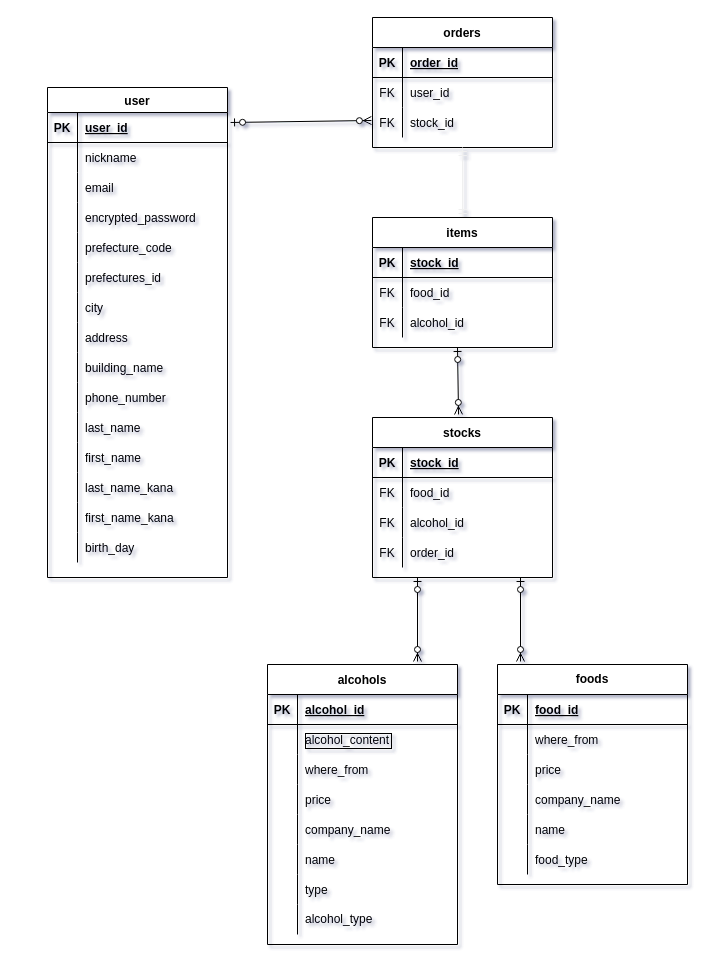
This is vending-choices.dio from pyontarou/vending-choices, a draw.io file, before an edit. Source tidied: cells renumbered, new cells numbered last; positions are measured from the earlier drawing's top-left corner, leaving out a move shared by most shapes. Both pictures are drawn from the tidied source at 100%, with x=0, y=0 at pixel (17, 17).
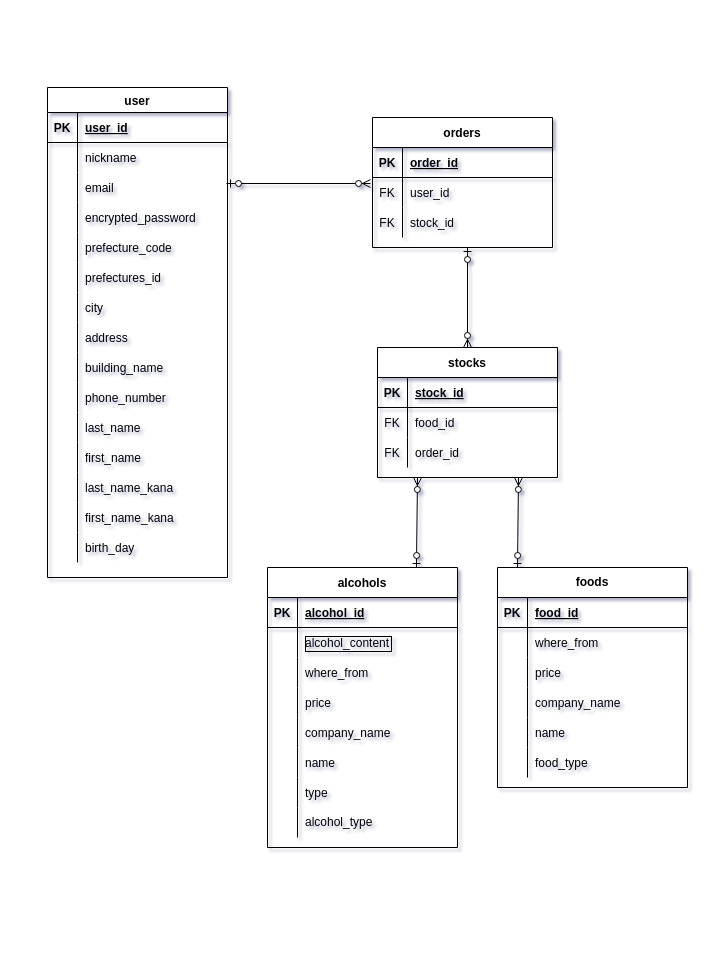
The same page after the edit.

Unchanged cells that the change refers to:
```xml
<mxCell id="32" style="shape=partialRectangle;fillColor=none;top=0;left=0;bottom=0;right=0;points=[[0,0.5],[1,0.5]];portConstraint=eastwest;" parent="28" vertex="1">
  <mxGeometry y="60" width="180" height="30" as="geometry" />
</mxCell>
<mxCell id="35" style="shape=partialRectangle;fillColor=none;top=0;left=0;bottom=0;right=0;points=[[0,0.5],[1,0.5]];portConstraint=eastwest;" parent="28" vertex="1">
  <mxGeometry y="90" width="180" height="30" as="geometry" />
</mxCell>
<mxCell id="39" style="shape=partialRectangle;fillColor=none;top=0;left=0;bottom=1;right=0;points=[[0,0.5],[1,0.5]];portConstraint=eastwest;" parent="38" vertex="1">
  <mxGeometry y="25" width="180" height="30" as="geometry" />
</mxCell>
<mxCell id="93" style="shape=partialRectangle;fillColor=none;top=0;left=0;bottom=0;right=0;" parent="86" vertex="1">
  <mxGeometry y="90" width="180" height="30" as="geometry" />
</mxCell>
```

Change to the diagram source:
```diff
@@
     <mxCell id="2" value="alcohols" style="shape=table;startSize=30;childLayout=tableLayout;rowLines=0;fontStyle=1;align=center;" parent="1" vertex="1">
-      <mxGeometry x="250" y="647" width="190" height="280" as="geometry" />
+      <mxGeometry x="250" y="550" width="190" height="280" as="geometry" />
     </mxCell>
@@
-    <mxCell id="27" style="fontSize=12;html=1;endArrow=ERzeroToMany;startArrow=ERzeroToOne;" parent="2" edge="1">
+    <mxCell id="27" style="fontSize=12;html=1;endArrow=ERzeroToMany;startArrow=ERzeroToOne;exitX=0.784;exitY=0;exitDx=0;exitDy=0;exitPerimeter=0;" parent="2" edge="1" source="2">
       <mxGeometry relative="1" as="geometry">
-        <mxPoint x="150" y="-87" as="sourcePoint" />
-        <mxPoint x="150" y="-3" as="targetPoint" />
+        <mxPoint x="150" y="-90" as="targetPoint" />
       </mxGeometry>
     </mxCell>
     <mxCell id="28" value="orders" style="shape=table;startSize=30;childLayout=tableLayout;rowLines=0;fontStyle=1;align=center;" parent="1" vertex="1">
-      <mxGeometry x="355" width="180" height="130" as="geometry" />
+      <mxGeometry x="355" y="100" width="180" height="130" as="geometry" />
     </mxCell>
@@
     <mxCell id="86" value="stocks" style="shape=table;startSize=30;childLayout=tableLayout;rowLines=0;fontStyle=1;align=center;" parent="1" vertex="1">
-      <mxGeometry x="355" y="400" width="180" height="160" as="geometry" />
+      <mxGeometry x="360" y="330" width="180" height="130" as="geometry" />
     </mxCell>
@@
-    <mxCell id="95" value="alcohol_id" style="shape=partialRectangle;fillColor=none;top=0;left=0;bottom=0;right=0;align=left;spacingLeft=6;overflow=hidden;" parent="93" vertex="1">
+    <mxCell id="95" value="order_id" style="shape=partialRectangle;fillColor=none;top=0;left=0;bottom=0;right=0;align=left;spacingLeft=6;overflow=hidden;" parent="93" vertex="1">
       <mxGeometry x="30" width="150" height="30" as="geometry" />
     </mxCell>
-    <mxCell id="96" style="shape=partialRectangle;fillColor=none;top=0;left=0;bottom=0;right=0;" parent="86" vertex="1">
-      <mxGeometry y="120" width="180" height="30" as="geometry" />
-    </mxCell>
-    <mxCell id="97" value="FK" style="shape=partialRectangle;fillColor=none;top=0;left=0;bottom=0;right=0;overflow=hidden;" parent="96" vertex="1">
-      <mxGeometry width="30" height="30" as="geometry" />
-    </mxCell>
-    <mxCell id="98" value="order_id" style="shape=partialRectangle;fillColor=none;top=0;left=0;bottom=0;right=0;align=left;spacingLeft=6;overflow=hidden;" parent="96" vertex="1">
-      <mxGeometry x="30" width="150" height="30" as="geometry" />
-    </mxCell>
     <mxCell id="99" value="foods" style="shape=table;startSize=30;childLayout=tableLayout;rowLines=0;fontStyle=1;align=center;whiteSpace=wrap;" parent="1" vertex="1">
-      <mxGeometry x="480" y="647" width="190" height="220" as="geometry" />
+      <mxGeometry x="480" y="550" width="190" height="220" as="geometry" />
     </mxCell>
@@
-    <mxCell id="118" style="fontSize=12;html=1;endArrow=ERzeroToMany;startArrow=ERzeroToOne;entryX=0.478;entryY=-0.019;entryDx=0;entryDy=0;entryPerimeter=0;" parent="1" edge="1" target="86">
+    <mxCell id="118" style="fontSize=12;html=1;endArrow=ERzeroToMany;startArrow=ERzeroToOne;entryX=0.5;entryY=0;entryDx=0;entryDy=0;entryPerimeter=0;" parent="1" edge="1" target="86">
       <mxGeometry relative="1" as="geometry">
-        <mxPoint x="440" y="330" as="sourcePoint" />
+        <mxPoint x="450" y="230" as="sourcePoint" />
       </mxGeometry>
     </mxCell>
-    <mxCell id="119" style="fontSize=12;html=1;endArrow=ERzeroToMany;startArrow=ERzeroToOne;entryX=-0.006;entryY=0.433;entryDx=0;entryDy=0;entryPerimeter=0;exitX=1.017;exitY=0.333;exitDx=0;exitDy=0;exitPerimeter=0;" parent="1" edge="1" source="39" target="35">
-      <mxGeometry relative="1" as="geometry" />
+    <mxCell id="119" style="fontSize=12;html=1;endArrow=ERzeroToMany;startArrow=ERzeroToOne;entryX=-0.011;entryY=0.2;entryDx=0;entryDy=0;entryPerimeter=0;" parent="1" edge="1" target="32">
+      <mxGeometry relative="1" as="geometry">
+        <mxPoint x="209" y="166" as="sourcePoint" />
+      </mxGeometry>
     </mxCell>
-    <mxCell id="120" style="fontSize=12;html=1;endArrow=ERzeroToMany;startArrow=ERzeroToOne;" parent="1" edge="1">
+    <mxCell id="120" style="fontSize=12;html=1;endArrow=ERzeroToMany;startArrow=ERzeroToOne;exitX=0.784;exitY=0;exitDx=0;exitDy=0;exitPerimeter=0;" parent="1" edge="1">
       <mxGeometry relative="1" as="geometry">
-        <mxPoint x="503" y="560" as="sourcePoint" />
-        <mxPoint x="503" y="644" as="targetPoint" />
+        <mxPoint x="500" y="550" as="sourcePoint" />
+        <mxPoint x="501" y="460" as="targetPoint" />
       </mxGeometry>
     </mxCell>
-    <mxCell id="121" style="fontSize=12;html=1;endArrow=ERmandOne;startArrow=ERmandOne;strokeColor=#f0f0f0;" parent="1" edge="1" source="122">
-      <mxGeometry relative="1" as="geometry">
-        <mxPoint x="445" y="130" as="targetPoint" />
-      </mxGeometry>
-    </mxCell>
-    <mxCell id="122" value="items" style="shape=table;startSize=30;childLayout=tableLayout;rowLines=0;fontStyle=1;align=center;" parent="1" vertex="1">
-      <mxGeometry x="355" y="200" width="180" height="130" as="geometry" />
-    </mxCell>
-    <mxCell id="123" style="shape=partialRectangle;fillColor=none;top=0;left=0;bottom=1;right=0;" parent="122" vertex="1">
-      <mxGeometry y="30" width="180" height="30" as="geometry" />
-    </mxCell>
-    <mxCell id="124" value="PK" style="shape=partialRectangle;fillColor=none;top=0;left=0;bottom=0;right=0;fontStyle=1;overflow=hidden;" parent="123" vertex="1">
-      <mxGeometry width="30" height="30" as="geometry" />
-    </mxCell>
-    <mxCell id="125" value="stock_id" style="shape=partialRectangle;fillColor=none;top=0;left=0;bottom=0;right=0;align=left;spacingLeft=6;fontStyle=5;overflow=hidden;" parent="123" vertex="1">
-      <mxGeometry x="30" width="150" height="30" as="geometry" />
-    </mxCell>
-    <mxCell id="126" style="shape=partialRectangle;fillColor=none;top=0;left=0;bottom=0;right=0;" parent="122" vertex="1">
-      <mxGeometry y="60" width="180" height="30" as="geometry" />
-    </mxCell>
-    <mxCell id="127" value="FK" style="shape=partialRectangle;fillColor=none;top=0;left=0;bottom=0;right=0;overflow=hidden;" parent="126" vertex="1">
-      <mxGeometry width="30" height="30" as="geometry" />
-    </mxCell>
-    <mxCell id="128" value="food_id" style="shape=partialRectangle;fillColor=none;top=0;left=0;bottom=0;right=0;align=left;spacingLeft=6;overflow=hidden;" parent="126" vertex="1">
-      <mxGeometry x="30" width="150" height="30" as="geometry" />
-    </mxCell>
-    <mxCell id="129" style="shape=partialRectangle;fillColor=none;top=0;left=0;bottom=0;right=0;" parent="122" vertex="1">
-      <mxGeometry y="90" width="180" height="30" as="geometry" />
-    </mxCell>
-    <mxCell id="130" value="FK" style="shape=partialRectangle;fillColor=none;top=0;left=0;bottom=0;right=0;overflow=hidden;" parent="129" vertex="1">
-      <mxGeometry width="30" height="30" as="geometry" />
-    </mxCell>
-    <mxCell id="131" value="alcohol_id" style="shape=partialRectangle;fillColor=none;top=0;left=0;bottom=0;right=0;align=left;spacingLeft=6;overflow=hidden;" parent="129" vertex="1">
-      <mxGeometry x="30" width="150" height="30" as="geometry" />
-    </mxCell>
```
